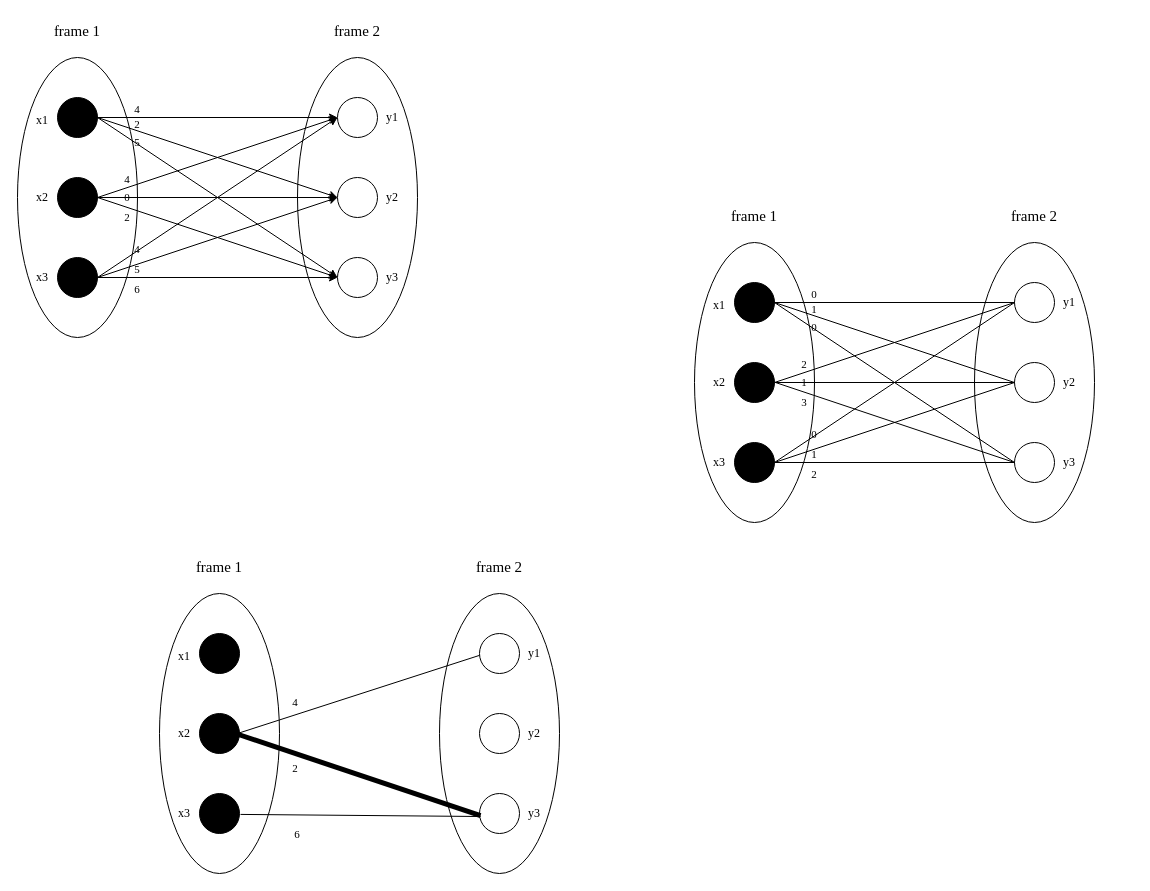
The draw.io diagram bigraph multi-touch.drawio in Katharine-0331/files, before the edit. Source tidied: cells renumbered, new cells numbered last; positions are measured from the earlier drawing's top-left corner, leaving out a move shared by most shapes. Both pictures are drawn from the tidied source at 100%, with x=0, y=0 at pixel (17, 17).
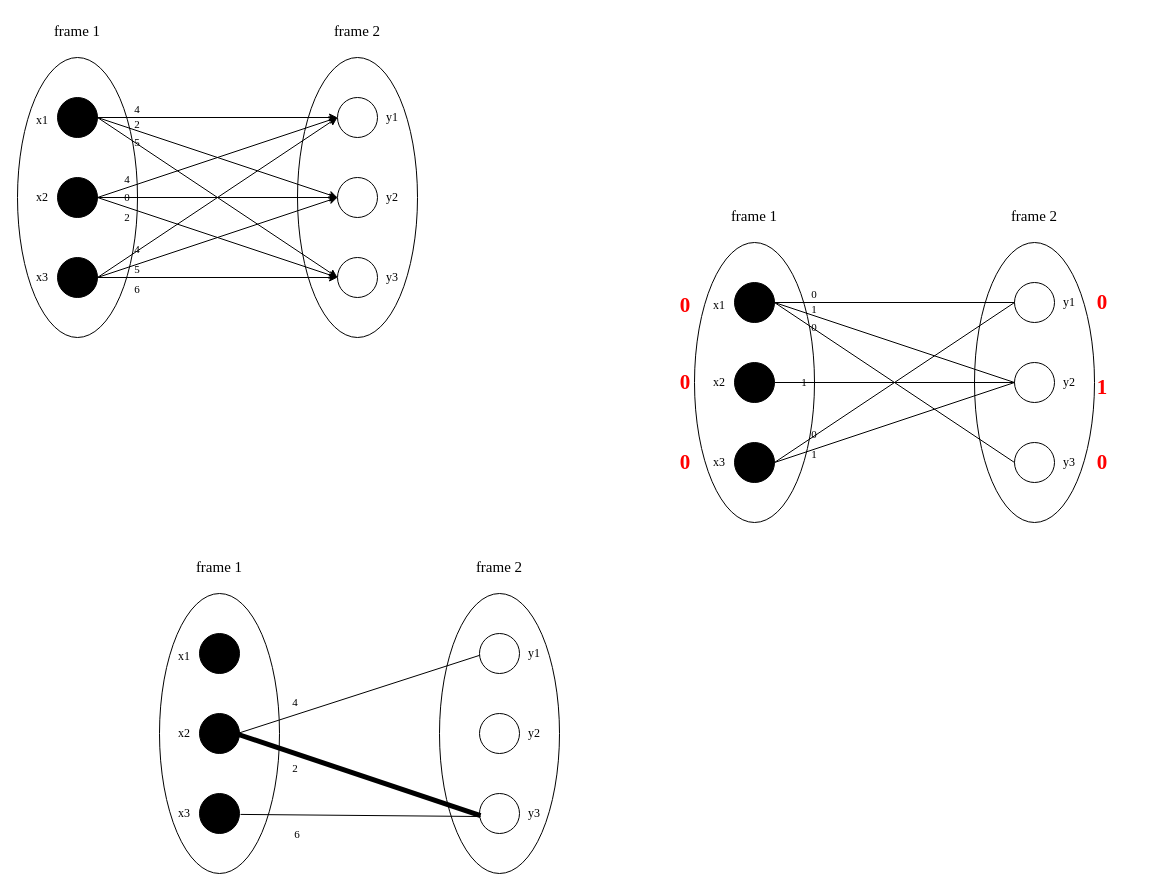
Above is the later version.

Unchanged cells that the change refers to:
```xml
<mxCell id="61" style="ellipse;whiteSpace=wrap;html=1;fillColor=#000000;" parent="1" vertex="1">
  <mxGeometry x="717" y="345" width="40" height="40" as="geometry" />
</mxCell>
<mxCell id="62" style="ellipse;whiteSpace=wrap;html=1;fillColor=#000000;" parent="1" vertex="1">
  <mxGeometry x="717" y="425" width="40" height="40" as="geometry" />
</mxCell>
<mxCell id="63" style="ellipse;whiteSpace=wrap;html=1;" parent="1" vertex="1">
  <mxGeometry x="997" y="265" width="40" height="40" as="geometry" />
</mxCell>
<mxCell id="65" style="ellipse;whiteSpace=wrap;html=1;" parent="1" vertex="1">
  <mxGeometry x="997" y="425" width="40" height="40" as="geometry" />
</mxCell>
```

What changed in the source:
```diff
@@
-    <mxCell id="77" value="&lt;font style=&quot;font-size: 11px&quot;&gt;2&lt;/font&gt;" style="text;html=1;strokeColor=none;fillColor=none;align=center;verticalAlign=middle;whiteSpace=wrap;rounded=0;shadow=0;fontFamily=Times New Roman;fontSize=15;" parent="1" vertex="1">
-      <mxGeometry x="777" y="335" width="20" height="20" as="geometry" />
-    </mxCell>
@@
-    <mxCell id="79" value="&lt;font style=&quot;font-size: 11px&quot;&gt;3&lt;/font&gt;" style="text;html=1;strokeColor=none;fillColor=none;align=center;verticalAlign=middle;whiteSpace=wrap;rounded=0;shadow=0;fontFamily=Times New Roman;fontSize=15;" parent="1" vertex="1">
-      <mxGeometry x="777" y="372.5" width="20" height="20" as="geometry" />
-    </mxCell>
@@
-    <mxCell id="82" value="&lt;font style=&quot;font-size: 11px&quot;&gt;2&lt;/font&gt;" style="text;html=1;strokeColor=none;fillColor=none;align=center;verticalAlign=middle;whiteSpace=wrap;rounded=0;shadow=0;fontFamily=Times New Roman;fontSize=15;" parent="1" vertex="1">
-      <mxGeometry x="787" y="445" width="20" height="20" as="geometry" />
-    </mxCell>
@@
-    <mxCell id="87" style="endArrow=none;html=1;rounded=0;fontFamily=Times New Roman;fontSize=11;strokeWidth=1;exitX=1;exitY=0.5;exitDx=0;exitDy=0;entryX=0;entryY=0.5;entryDx=0;entryDy=0;" parent="1" edge="1" source="61" target="63">
-      <mxGeometry relative="1" as="geometry" />
-    </mxCell>
-    <mxCell id="88" style="endArrow=none;html=1;rounded=0;fontFamily=Times New Roman;fontSize=11;strokeWidth=1;entryX=0;entryY=0.5;entryDx=0;entryDy=0;" parent="1" edge="1" target="65">
-      <mxGeometry relative="1" as="geometry">
-        <mxPoint x="758" y="365" as="sourcePoint" />
-      </mxGeometry>
-    </mxCell>
@@
-    <mxCell id="91" style="endArrow=none;html=1;rounded=0;fontFamily=Times New Roman;fontSize=11;strokeWidth=1;exitX=1;exitY=0.5;exitDx=0;exitDy=0;entryX=0;entryY=0.5;entryDx=0;entryDy=0;" parent="1" edge="1" source="62" target="65">
-      <mxGeometry relative="1" as="geometry" />
-    </mxCell>
+    <mxCell id="92" value="&lt;font color=&quot;#ff0000&quot; size=&quot;1&quot;&gt;&lt;b style=&quot;font-size: 21px&quot;&gt;0&lt;/b&gt;&lt;/font&gt;" style="text;html=1;strokeColor=none;fillColor=none;align=center;verticalAlign=middle;whiteSpace=wrap;rounded=0;shadow=0;fontFamily=Times New Roman;fontSize=11;" parent="1" vertex="1">
+      <mxGeometry x="638" y="272.5" width="60" height="30" as="geometry" />
+    </mxCell>
+    <mxCell id="93" value="&lt;font color=&quot;#ff0000&quot; size=&quot;1&quot;&gt;&lt;b style=&quot;font-size: 21px&quot;&gt;0&lt;/b&gt;&lt;/font&gt;" style="text;html=1;strokeColor=none;fillColor=none;align=center;verticalAlign=middle;whiteSpace=wrap;rounded=0;shadow=0;fontFamily=Times New Roman;fontSize=11;" parent="1" vertex="1">
+      <mxGeometry x="638" y="350" width="60" height="30" as="geometry" />
+    </mxCell>
+    <mxCell id="94" value="&lt;font color=&quot;#ff0000&quot; size=&quot;1&quot;&gt;&lt;b style=&quot;font-size: 21px&quot;&gt;0&lt;/b&gt;&lt;/font&gt;" style="text;html=1;strokeColor=none;fillColor=none;align=center;verticalAlign=middle;whiteSpace=wrap;rounded=0;shadow=0;fontFamily=Times New Roman;fontSize=11;" parent="1" vertex="1">
+      <mxGeometry x="638" y="430" width="60" height="30" as="geometry" />
+    </mxCell>
+    <mxCell id="95" value="&lt;font color=&quot;#ff0000&quot; size=&quot;1&quot;&gt;&lt;b style=&quot;font-size: 21px&quot;&gt;0&lt;/b&gt;&lt;/font&gt;" style="text;html=1;strokeColor=none;fillColor=none;align=center;verticalAlign=middle;whiteSpace=wrap;rounded=0;shadow=0;fontFamily=Times New Roman;fontSize=11;" parent="1" vertex="1">
+      <mxGeometry x="1055" y="270" width="60" height="30" as="geometry" />
+    </mxCell>
+    <mxCell id="96" value="&lt;font color=&quot;#ff0000&quot; size=&quot;1&quot;&gt;&lt;b style=&quot;font-size: 21px&quot;&gt;0&lt;/b&gt;&lt;/font&gt;" style="text;html=1;strokeColor=none;fillColor=none;align=center;verticalAlign=middle;whiteSpace=wrap;rounded=0;shadow=0;fontFamily=Times New Roman;fontSize=11;" parent="1" vertex="1">
+      <mxGeometry x="1055" y="430" width="60" height="30" as="geometry" />
+    </mxCell>
+    <mxCell id="97" value="&lt;font color=&quot;#ff0000&quot; size=&quot;1&quot;&gt;&lt;b style=&quot;font-size: 21px&quot;&gt;1&lt;/b&gt;&lt;/font&gt;" style="text;html=1;strokeColor=none;fillColor=none;align=center;verticalAlign=middle;whiteSpace=wrap;rounded=0;shadow=0;fontFamily=Times New Roman;fontSize=11;" parent="1" vertex="1">
+      <mxGeometry x="1055" y="355" width="60" height="30" as="geometry" />
+    </mxCell>
```
